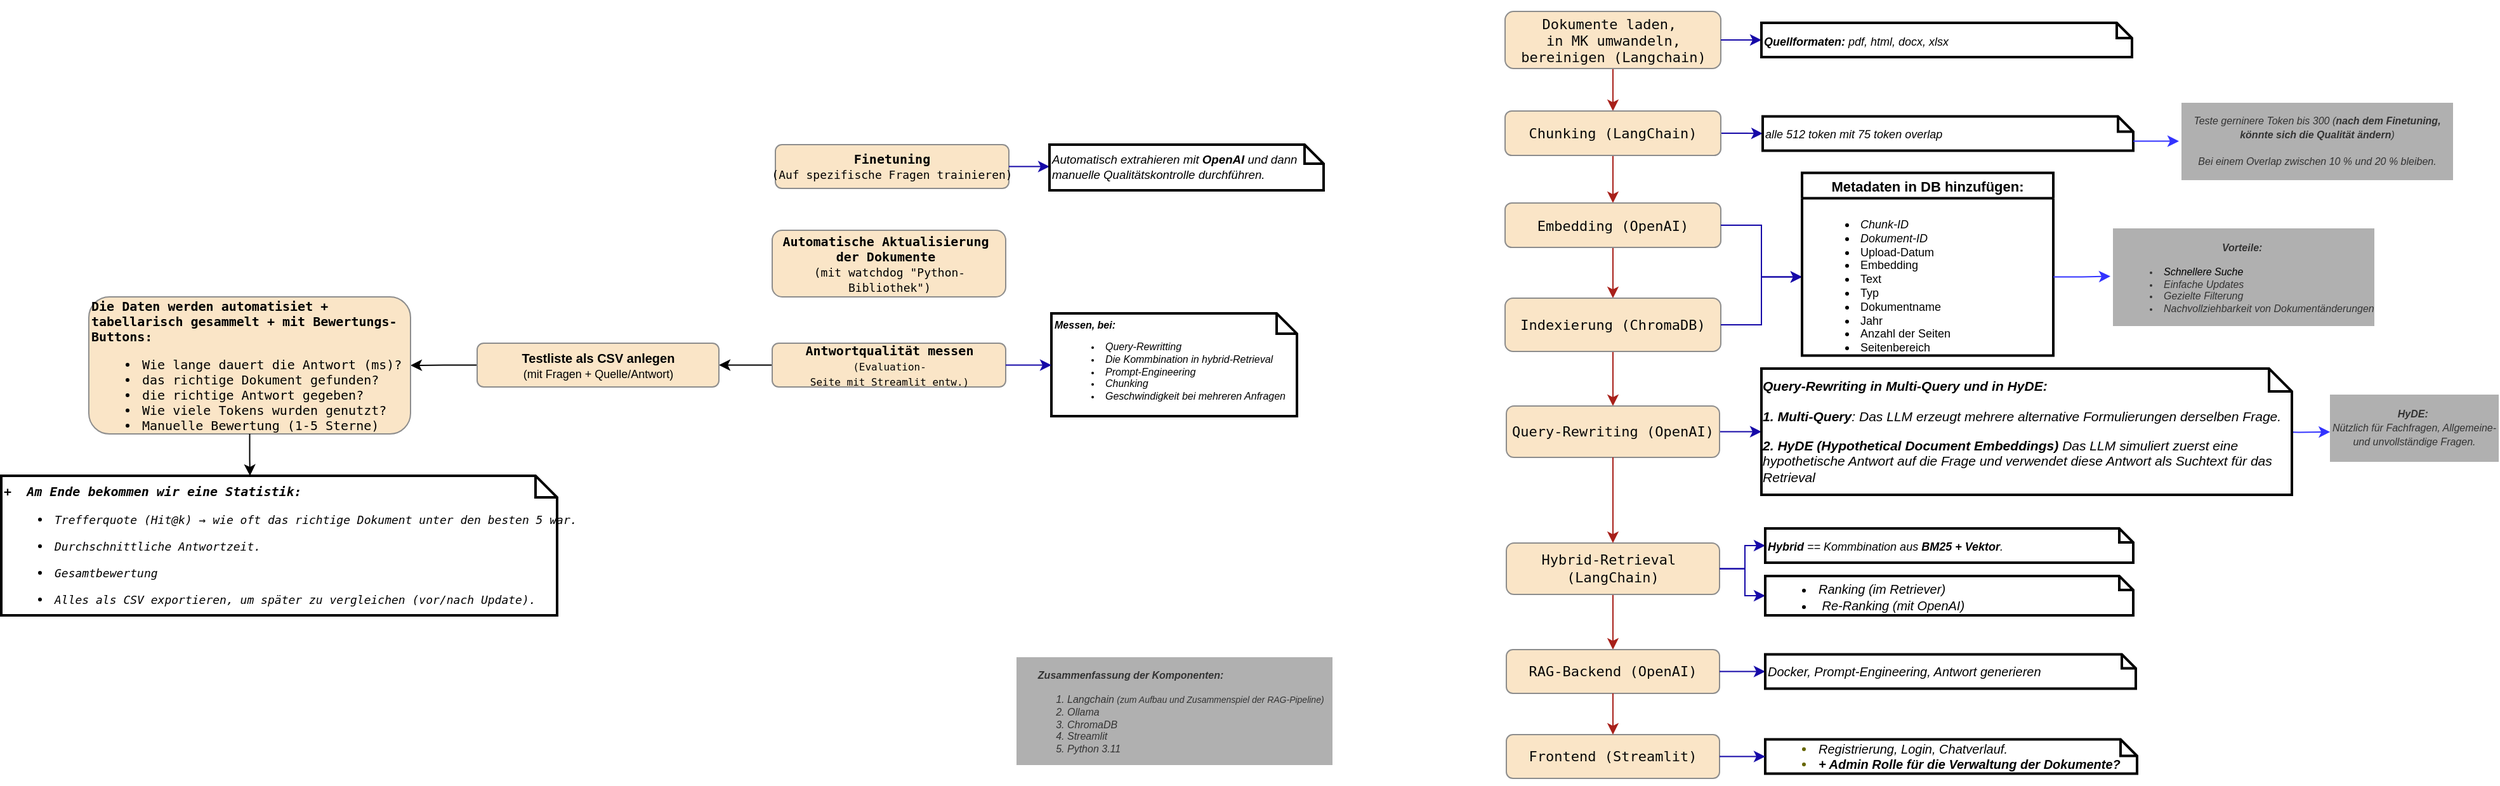
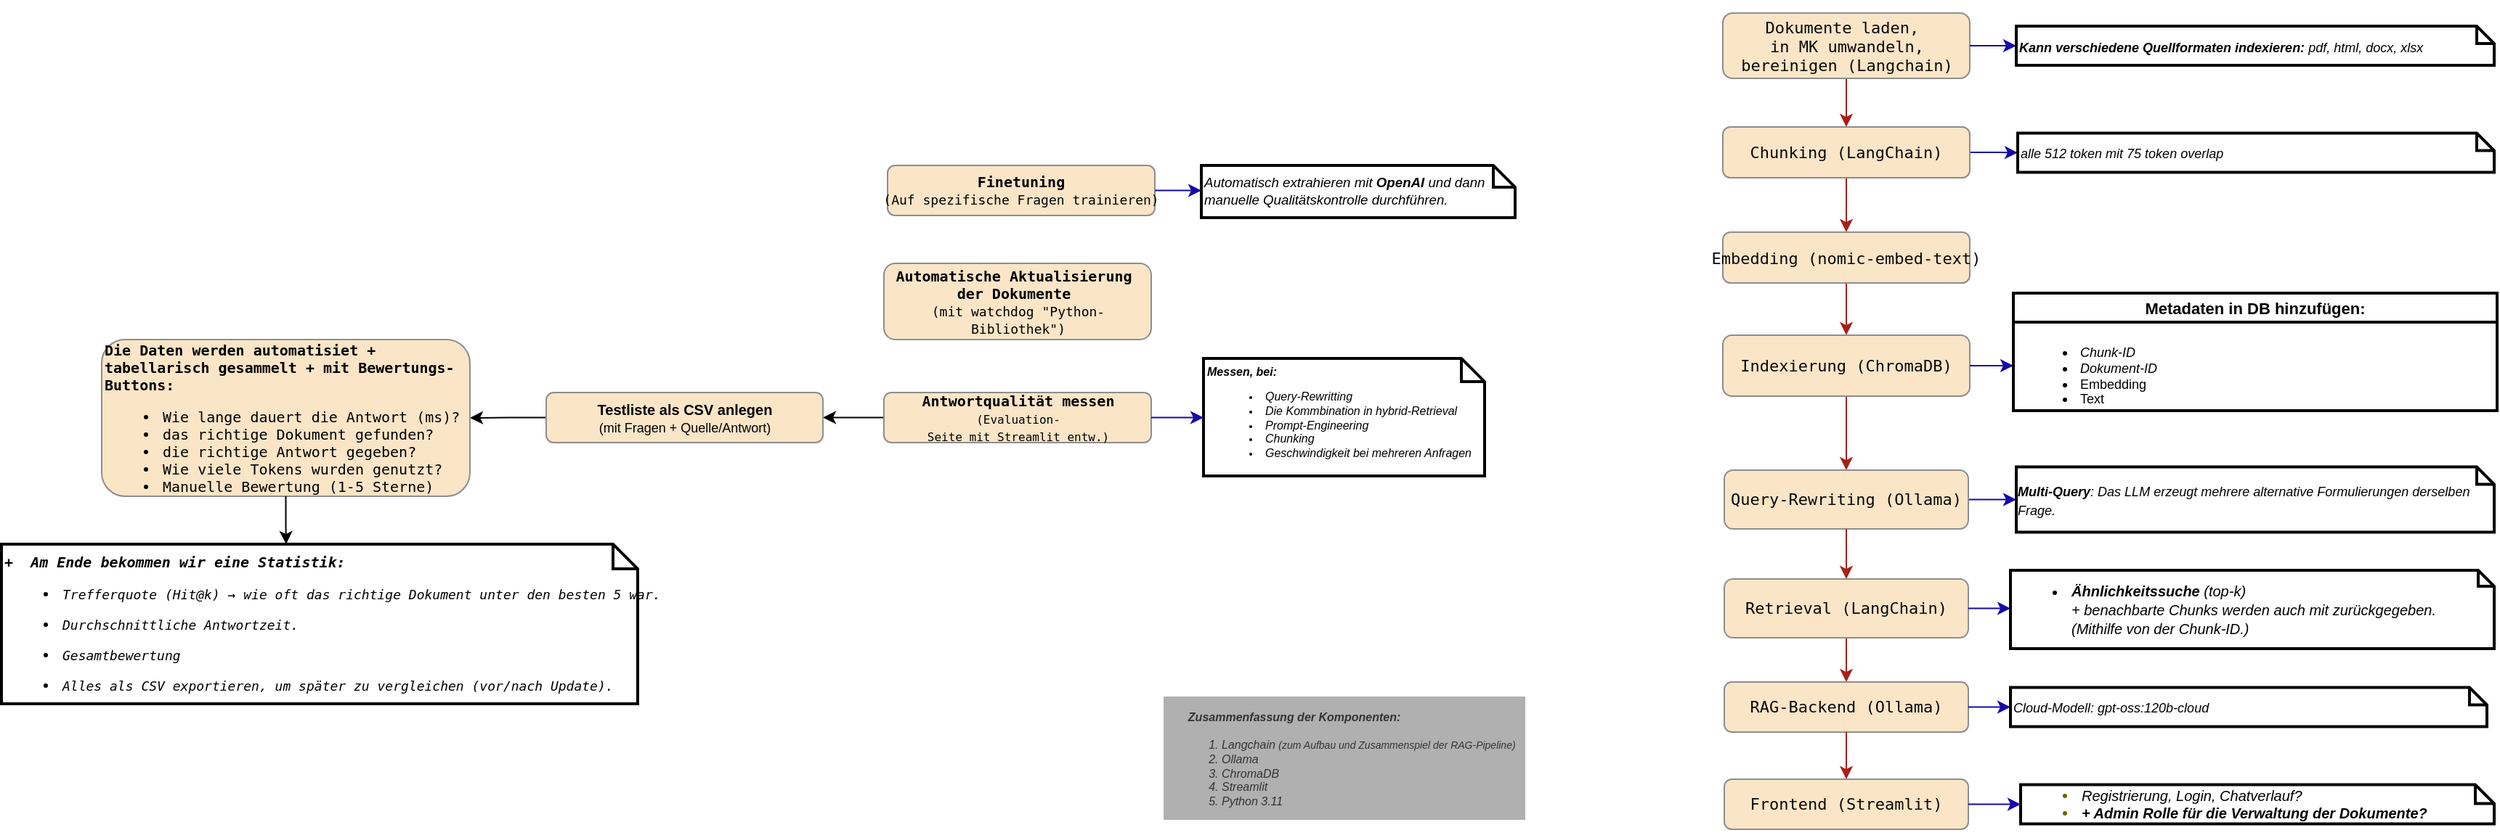
- <mxfile host="Electron" agent="Mozilla/5.0 (Windows NT 10.0; Win64; x64) AppleWebKit/537.36 (KHTML, like Gecko) draw.io/28.2.5 Chrome/138.0.7204.251 Electron/37.6.1 Safari/537.36" version="28.2.5">
+ <mxfile host="Electron" agent="Mozilla/5.0 (Windows NT 10.0; Win64; x64) AppleWebKit/537.36 (KHTML, like Gecko) draw.io/28.2.8 Chrome/140.0.7339.240 Electron/38.4.0 Safari/537.36" version="28.2.8">
  <diagram name="Seite-1" id="Bzmq8vI_scQP_HTdQC11">
-     <mxGraphModel dx="2694" dy="762" grid="1" gridSize="9" guides="1" tooltips="1" connect="1" arrows="1" fold="1" page="0" pageScale="1" pageWidth="1169" pageHeight="827" background="none" math="0" shadow="0">
+     <mxGraphModel dx="2993" dy="914" grid="1" gridSize="9" guides="1" tooltips="1" connect="1" arrows="1" fold="1" page="0" pageScale="1" pageWidth="1169" pageHeight="827" background="none" math="0" shadow="0">
      <root>
        <mxCell id="0" />
        <mxCell id="1" parent="0" />
        <mxCell id="q2eki5oy2yksg2mBVm4o-2" style="edgeStyle=orthogonalEdgeStyle;rounded=0;orthogonalLoop=1;jettySize=auto;html=1;entryX=0.5;entryY=0;entryDx=0;entryDy=0;fontSize=11;labelBackgroundColor=none;strokeColor=#A8201A;fontColor=default;spacing=2;" parent="1" source="5l1JbVXUR7cvx2ajmZ66-1" target="q2eki5oy2yksg2mBVm4o-4" edge="1">
          <mxGeometry relative="1" as="geometry">
            <mxPoint x="435.9999999999998" y="165" as="targetPoint" />
          </mxGeometry>
        </mxCell>
        <mxCell id="5l1JbVXUR7cvx2ajmZ66-1" value="&lt;div style=&quot;color: rgb(8, 8, 8);&quot;&gt;&lt;pre style=&quot;font-family:&#39;JetBrains Mono&#39;,monospace;font-size:9,8pt;&quot;&gt;Dokumente laden, &lt;br/&gt;in MK umwandeln,&lt;br/&gt;bereinigen (Langchain)&lt;/pre&gt;&lt;/div&gt;" style="rounded=1;html=1;fontSize=11;labelBackgroundColor=none;fillColor=#FAE5C7;strokeColor=#8D8D8D;fontColor=#143642;verticalAlign=middle;horizontal=1;spacing=2;fontStyle=0" parent="1" vertex="1">
          <mxGeometry x="351" y="136" width="170" height="45" as="geometry" />
        </mxCell>
        <mxCell id="q2eki5oy2yksg2mBVm4o-10" style="edgeStyle=orthogonalEdgeStyle;rounded=0;orthogonalLoop=1;jettySize=auto;html=1;entryX=0.5;entryY=0;entryDx=0;entryDy=0;fontSize=11;labelBackgroundColor=none;strokeColor=#A8201A;fontColor=default;spacing=2;" parent="1" source="q2eki5oy2yksg2mBVm4o-4" target="q2eki5oy2yksg2mBVm4o-8" edge="1">
          <mxGeometry relative="1" as="geometry" />
        </mxCell>
        <mxCell id="q2eki5oy2yksg2mBVm4o-17" value="" style="edgeStyle=orthogonalEdgeStyle;rounded=0;orthogonalLoop=1;jettySize=auto;html=1;labelBackgroundColor=none;strokeColor=#1609A8;fontColor=default;entryX=0;entryY=0.5;entryDx=0;entryDy=0;entryPerimeter=0;" parent="1" source="q2eki5oy2yksg2mBVm4o-4" target="hZYkuH4JRMosRdhFssDy-4" edge="1">
          <mxGeometry relative="1" as="geometry">
            <mxPoint x="552" y="240.5" as="targetPoint" />
          </mxGeometry>
        </mxCell>
        <mxCell id="q2eki5oy2yksg2mBVm4o-4" value="&lt;div style=&quot;color: rgb(8, 8, 8);&quot;&gt;&lt;pre style=&quot;font-family:&#39;JetBrains Mono&#39;,monospace;font-size:9,8pt;&quot;&gt;&lt;pre style=&quot;font-family:&#39;JetBrains Mono&#39;,monospace;font-size:9,8pt;&quot;&gt;&lt;pre style=&quot;font-family:&#39;JetBrains Mono&#39;,monospace;font-size:9,8pt;&quot;&gt;&lt;span style=&quot;white-space: normal;&quot;&gt;Chunking (&lt;/span&gt;LangChain)&lt;/pre&gt;&lt;/pre&gt;&lt;/pre&gt;&lt;/div&gt;" style="rounded=1;whiteSpace=wrap;html=1;fontSize=11;labelBackgroundColor=none;fillColor=#FAE5C7;strokeColor=#8D8D8D;fontColor=#143642;spacing=2;" parent="1" vertex="1">
          <mxGeometry x="351" y="214.5" width="170" height="35" as="geometry" />
        </mxCell>
        <mxCell id="q2eki5oy2yksg2mBVm4o-7" style="edgeStyle=orthogonalEdgeStyle;rounded=0;orthogonalLoop=1;jettySize=auto;html=1;entryX=0.5;entryY=0;entryDx=0;entryDy=0;fontSize=11;labelBackgroundColor=none;strokeColor=#A8201A;fontColor=default;spacing=2;" parent="1" source="q2eki5oy2yksg2mBVm4o-8" target="q2eki5oy2yksg2mBVm4o-9" edge="1">
          <mxGeometry relative="1" as="geometry" />
        </mxCell>
-         <mxCell id="q2eki5oy2yksg2mBVm4o-8" value="&lt;div style=&quot;color: rgb(8, 8, 8);&quot;&gt;&lt;pre style=&quot;font-family:&#39;JetBrains Mono&#39;,monospace;font-size:9,8pt;&quot;&gt;&lt;pre style=&quot;font-family:&#39;JetBrains Mono&#39;,monospace;font-size:9,8pt;&quot;&gt;&lt;pre style=&quot;font-family:&#39;JetBrains Mono&#39;,monospace;font-size:9,8pt;&quot;&gt;Embedding (OpenAI)&lt;/pre&gt;&lt;/pre&gt;&lt;/pre&gt;&lt;/div&gt;" style="rounded=1;whiteSpace=wrap;html=1;fontSize=11;labelBackgroundColor=none;fillColor=#FAE5C7;strokeColor=#8D8D8D;fontColor=#143642;spacing=2;" parent="1" vertex="1">
+         <mxCell id="q2eki5oy2yksg2mBVm4o-8" value="&lt;div style=&quot;color: rgb(8, 8, 8);&quot;&gt;&lt;pre style=&quot;font-family:&#39;JetBrains Mono&#39;,monospace;font-size:9,8pt;&quot;&gt;&lt;pre style=&quot;font-family:&#39;JetBrains Mono&#39;,monospace;font-size:9,8pt;&quot;&gt;&lt;pre style=&quot;font-family:&#39;JetBrains Mono&#39;,monospace;font-size:9,8pt;&quot;&gt;Embedding (nomic-embed-text)&lt;br&gt;&lt;/pre&gt;&lt;/pre&gt;&lt;/pre&gt;&lt;/div&gt;" style="rounded=1;whiteSpace=wrap;html=1;fontSize=11;labelBackgroundColor=none;fillColor=#FAE5C7;strokeColor=#8D8D8D;fontColor=#143642;spacing=2;" parent="1" vertex="1">
          <mxGeometry x="351" y="287" width="170" height="35" as="geometry" />
        </mxCell>
        <mxCell id="q2eki5oy2yksg2mBVm4o-21" value="" style="edgeStyle=orthogonalEdgeStyle;rounded=0;orthogonalLoop=1;jettySize=auto;html=1;labelBackgroundColor=none;strokeColor=#A8201A;fontColor=default;entryX=0.5;entryY=0;entryDx=0;entryDy=0;spacing=2;" parent="1" source="q2eki5oy2yksg2mBVm4o-9" target="lkH3pXzscA1K-vRgKEuJ-28" edge="1">
          <mxGeometry relative="1" as="geometry" />
        </mxCell>
        <mxCell id="q2eki5oy2yksg2mBVm4o-9" value="&lt;div style=&quot;color: rgb(8, 8, 8);&quot;&gt;&lt;pre style=&quot;font-family:&#39;JetBrains Mono&#39;,monospace;font-size:9,8pt;&quot;&gt;&lt;pre style=&quot;font-family:&#39;JetBrains Mono&#39;,monospace;font-size:9,8pt;&quot;&gt;&lt;pre style=&quot;font-family:&#39;JetBrains Mono&#39;,monospace;font-size:9,8pt;&quot;&gt;&lt;span style=&quot;background-color: transparent; white-space: normal;&quot;&gt;&amp;nbsp;&lt;/span&gt;&lt;span style=&quot;background-color: transparent;&quot;&gt;Indexierung &lt;/span&gt;&lt;span style=&quot;background-color: transparent; white-space: normal;&quot;&gt;(ChromaDB)&amp;nbsp;&lt;/span&gt;&lt;/pre&gt;&lt;/pre&gt;&lt;/pre&gt;&lt;/div&gt;" style="rounded=1;whiteSpace=wrap;html=1;fontSize=11;labelBackgroundColor=none;fillColor=#FAE5C7;strokeColor=#8D8D8D;fontColor=#143642;spacing=2;" parent="1" vertex="1">
-           <mxGeometry x="351" y="362" width="170" height="42" as="geometry" />
+           <mxGeometry x="351" y="358" width="170" height="42" as="geometry" />
        </mxCell>
        <mxCell id="q2eki5oy2yksg2mBVm4o-22" style="edgeStyle=orthogonalEdgeStyle;rounded=0;orthogonalLoop=1;jettySize=auto;html=1;entryX=0;entryY=0.5;entryDx=0;entryDy=0;labelBackgroundColor=none;strokeColor=#1609A8;fontColor=default;exitX=1;exitY=0.5;exitDx=0;exitDy=0;entryPerimeter=0;" parent="1" source="lkH3pXzscA1K-vRgKEuJ-28" target="hZYkuH4JRMosRdhFssDy-8" edge="1">
          <mxGeometry relative="1" as="geometry">
-             <mxPoint x="552" y="467.25" as="targetPoint" />
+             <mxPoint x="552" y="471.25" as="targetPoint" />
            <Array as="points" />
          </mxGeometry>
        </mxCell>
        <mxCell id="q2eki5oy2yksg2mBVm4o-27" style="edgeStyle=orthogonalEdgeStyle;rounded=0;orthogonalLoop=1;jettySize=auto;html=1;entryX=0.5;entryY=0;entryDx=0;entryDy=0;strokeColor=#A8201A;fontColor=#143642;fillColor=#FAE5C7;spacing=2;labelBackgroundColor=none;" parent="1" source="q2eki5oy2yksg2mBVm4o-20" target="q2eki5oy2yksg2mBVm4o-26" edge="1">
          <mxGeometry relative="1" as="geometry" />
        </mxCell>
-         <mxCell id="q2eki5oy2yksg2mBVm4o-20" value="&lt;div style=&quot;color: rgb(8, 8, 8);&quot;&gt;&lt;pre style=&quot;font-family:&#39;JetBrains Mono&#39;,monospace;font-size:9,8pt;&quot;&gt;Hybrid-Retrieval &lt;br&gt;(LangChain)&lt;/pre&gt;&lt;/div&gt;" style="whiteSpace=wrap;html=1;fontSize=11;rounded=1;labelBackgroundColor=none;fillColor=#FAE5C7;strokeColor=#8D8D8D;fontColor=#143642;spacing=2;" parent="1" vertex="1">
-           <mxGeometry x="352" y="555" width="168" height="40.5" as="geometry" />
+         <mxCell id="q2eki5oy2yksg2mBVm4o-20" value="&lt;div style=&quot;color: rgb(8, 8, 8);&quot;&gt;&lt;pre style=&quot;font-family:&#39;JetBrains Mono&#39;,monospace;font-size:9,8pt;&quot;&gt;Retrieval (LangChain)&lt;/pre&gt;&lt;/div&gt;" style="whiteSpace=wrap;html=1;fontSize=11;rounded=1;labelBackgroundColor=none;fillColor=#FAE5C7;strokeColor=#8D8D8D;fontColor=#143642;spacing=2;" parent="1" vertex="1">
+           <mxGeometry x="352" y="526" width="168" height="40.5" as="geometry" />
        </mxCell>
-         <mxCell id="q2eki5oy2yksg2mBVm4o-26" value="&lt;div style=&quot;color: rgb(8, 8, 8);&quot;&gt;&lt;pre style=&quot;font-family:&#39;JetBrains Mono&#39;,monospace;font-size:9,8pt;&quot;&gt;&lt;div&gt;&lt;pre style=&quot;font-family:&#39;JetBrains Mono&#39;,monospace;font-size:9,8pt;&quot;&gt;RAG-Backend (OpenAI)&lt;/pre&gt;&lt;/div&gt;&lt;/pre&gt;&lt;/div&gt;" style="whiteSpace=wrap;html=1;fontSize=11;rounded=1;labelBackgroundColor=none;fillColor=#FAE5C7;strokeColor=#8D8D8D;fontColor=#143642;spacing=2;" parent="1" vertex="1">
-           <mxGeometry x="352" y="639" width="168" height="34.5" as="geometry" />
+         <mxCell id="q2eki5oy2yksg2mBVm4o-26" value="&lt;div style=&quot;color: rgb(8, 8, 8);&quot;&gt;&lt;pre style=&quot;font-family:&#39;JetBrains Mono&#39;,monospace;font-size:9,8pt;&quot;&gt;&lt;div&gt;&lt;pre style=&quot;font-family:&#39;JetBrains Mono&#39;,monospace;font-size:9,8pt;&quot;&gt;RAG-Backend (Ollama)&lt;/pre&gt;&lt;/div&gt;&lt;/pre&gt;&lt;/div&gt;" style="whiteSpace=wrap;html=1;fontSize=11;rounded=1;labelBackgroundColor=none;fillColor=#FAE5C7;strokeColor=#8D8D8D;fontColor=#143642;spacing=2;" parent="1" vertex="1">
+           <mxGeometry x="352" y="597" width="168" height="34.5" as="geometry" />
        </mxCell>
        <mxCell id="q2eki5oy2yksg2mBVm4o-30" value="&lt;div style=&quot;color: rgb(8, 8, 8);&quot;&gt;&lt;pre style=&quot;font-family:&#39;JetBrains Mono&#39;,monospace;font-size:9,8pt;&quot;&gt;&lt;div&gt;&lt;pre style=&quot;font-family:&#39;JetBrains Mono&#39;,monospace;font-size:9,8pt;&quot;&gt;Frontend (Streamlit)&lt;/pre&gt;&lt;/div&gt;&lt;/pre&gt;&lt;/div&gt;" style="whiteSpace=wrap;html=1;fontSize=11;rounded=1;labelBackgroundColor=none;fillColor=#FAE5C7;strokeColor=#8D8D8D;fontColor=#143642;spacing=2;" parent="1" vertex="1">
-           <mxGeometry x="352" y="706" width="168" height="34.5" as="geometry" />
-         </mxCell>
-         <mxCell id="lkH3pXzscA1K-vRgKEuJ-5" value="" style="edgeStyle=orthogonalEdgeStyle;rounded=0;orthogonalLoop=1;jettySize=auto;html=1;entryX=0.016;entryY=0.54;entryDx=0;entryDy=0;strokeColor=#3333FF;fontStyle=2;entryPerimeter=0;" parent="1" target="TpBP_-PsqADAI_yrqdME-62" edge="1">
-           <mxGeometry relative="1" as="geometry">
-             <mxPoint x="953" y="467.16666666666674" as="sourcePoint" />
-             <mxPoint x="998" y="468.25" as="targetPoint" />
-           </mxGeometry>
+           <mxGeometry x="352" y="664" width="168" height="34.5" as="geometry" />
        </mxCell>
        <mxCell id="lkH3pXzscA1K-vRgKEuJ-3" style="edgeStyle=orthogonalEdgeStyle;rounded=0;orthogonalLoop=1;jettySize=auto;html=1;entryX=0.5;entryY=0;entryDx=0;entryDy=0;strokeColor=#A8201A;fontColor=#143642;fillColor=#FAE5C7;exitX=0.5;exitY=1;exitDx=0;exitDy=0;spacing=2;labelBackgroundColor=none;" parent="1" source="q2eki5oy2yksg2mBVm4o-26" target="q2eki5oy2yksg2mBVm4o-30" edge="1">
          <mxGeometry relative="1" as="geometry">
-             <mxPoint x="477" y="688" as="sourcePoint" />
-             <mxPoint x="435" y="660" as="targetPoint" />
+             <mxPoint x="477" y="646" as="sourcePoint" />
+             <mxPoint x="435" y="618" as="targetPoint" />
          </mxGeometry>
        </mxCell>
-         <mxCell id="lkH3pXzscA1K-vRgKEuJ-9" value="" style="edgeStyle=orthogonalEdgeStyle;rounded=0;orthogonalLoop=1;jettySize=auto;html=1;labelBackgroundColor=none;strokeColor=#1609A8;fontColor=default;exitX=1;exitY=0.5;exitDx=0;exitDy=0;entryX=0;entryY=0.5;entryDx=0;entryDy=0;" parent="1" source="q2eki5oy2yksg2mBVm4o-8" target="TpBP_-PsqADAI_yrqdME-51" edge="1">
-           <mxGeometry relative="1" as="geometry">
-             <mxPoint x="554" y="329" as="sourcePoint" />
-             <mxPoint x="572" y="360.5" as="targetPoint" />
-           </mxGeometry>
-         </mxCell>
-         <mxCell id="lkH3pXzscA1K-vRgKEuJ-28" value="&lt;div style=&quot;color: rgb(8, 8, 8);&quot;&gt;&lt;pre style=&quot;&quot;&gt;&lt;font face=&quot;JetBrains Mono, monospace&quot; color=&quot;#080808&quot;&gt;Query-Rewriting &lt;/font&gt;(OpenAI)&lt;/pre&gt;&lt;/div&gt;" style="whiteSpace=wrap;html=1;fontSize=11;rounded=1;labelBackgroundColor=none;fillColor=#FAE5C7;strokeColor=#8D8D8D;fontColor=#143642;spacing=2;" parent="1" vertex="1">
-           <mxGeometry x="352" y="447" width="168" height="40.5" as="geometry" />
+         <mxCell id="lkH3pXzscA1K-vRgKEuJ-28" value="&lt;div style=&quot;color: rgb(8, 8, 8);&quot;&gt;&lt;pre style=&quot;&quot;&gt;&lt;font face=&quot;JetBrains Mono, monospace&quot; color=&quot;#080808&quot;&gt;Query-Rewriting &lt;/font&gt;(Ollama)&lt;br&gt;&lt;/pre&gt;&lt;/div&gt;" style="whiteSpace=wrap;html=1;fontSize=11;rounded=1;labelBackgroundColor=none;fillColor=#FAE5C7;strokeColor=#8D8D8D;fontColor=#143642;spacing=2;" parent="1" vertex="1">
+           <mxGeometry x="352" y="451" width="168" height="40.5" as="geometry" />
        </mxCell>
        <mxCell id="lkH3pXzscA1K-vRgKEuJ-30" value="" style="edgeStyle=orthogonalEdgeStyle;rounded=0;orthogonalLoop=1;jettySize=auto;html=1;labelBackgroundColor=none;strokeColor=#A8201A;fontColor=default;entryX=0.5;entryY=0;entryDx=0;entryDy=0;exitX=0.5;exitY=1;exitDx=0;exitDy=0;spacing=2;" parent="1" source="lkH3pXzscA1K-vRgKEuJ-28" target="q2eki5oy2yksg2mBVm4o-20" edge="1">
          <mxGeometry relative="1" as="geometry">
-             <mxPoint x="267" y="477" as="sourcePoint" />
-             <mxPoint x="442" y="492" as="targetPoint" />
-           </mxGeometry>
-         </mxCell>
-         <mxCell id="lkH3pXzscA1K-vRgKEuJ-32" value="" style="edgeStyle=orthogonalEdgeStyle;rounded=0;orthogonalLoop=1;jettySize=auto;html=1;labelBackgroundColor=none;strokeColor=#1609A8;fontColor=default;exitX=1;exitY=0.5;exitDx=0;exitDy=0;entryX=0;entryY=0.5;entryDx=0;entryDy=0;entryPerimeter=0;" parent="1" source="q2eki5oy2yksg2mBVm4o-20" target="hZYkuH4JRMosRdhFssDy-7" edge="1">
-           <mxGeometry relative="1" as="geometry">
-             <mxPoint x="552" y="532.25" as="sourcePoint" />
-             <mxPoint x="552" y="536.25" as="targetPoint" />
+             <mxPoint x="267" y="481" as="sourcePoint" />
+             <mxPoint x="442" y="496" as="targetPoint" />
          </mxGeometry>
        </mxCell>
        <mxCell id="lkH3pXzscA1K-vRgKEuJ-35" value="&lt;pre style=&quot;font-family:&#39;JetBrains Mono&#39;,monospace;font-size:9,8pt;&quot;&gt;&lt;pre style=&quot;font-family:&#39;JetBrains Mono&#39;,monospace;font-size:9,8pt;&quot;&gt;&lt;b&gt;Finetuning&lt;/b&gt;&lt;br&gt;&lt;font style=&quot;font-size: 9px;&quot;&gt;(Auf spezifische Fragen trainieren)&lt;/font&gt;&lt;/pre&gt;&lt;/pre&gt;" style="whiteSpace=wrap;html=1;fontSize=10;rounded=1;labelBackgroundColor=none;fillColor=#FAE5C7;strokeColor=#8D8D8D;fontColor=default;spacing=2;labelBorderColor=none;textShadow=0;fontStyle=0" parent="1" vertex="1">
          <mxGeometry x="-224" y="241" width="184" height="34.5" as="geometry" />
        </mxCell>
        <mxCell id="lkH3pXzscA1K-vRgKEuJ-36" value="" style="edgeStyle=orthogonalEdgeStyle;rounded=0;orthogonalLoop=1;jettySize=auto;html=1;labelBackgroundColor=none;strokeColor=#1609A8;fontColor=default;exitX=1;exitY=0.5;exitDx=0;exitDy=0;entryX=0;entryY=0.5;entryDx=0;entryDy=0;entryPerimeter=0;" parent="1" source="lkH3pXzscA1K-vRgKEuJ-35" target="hZYkuH4JRMosRdhFssDy-9" edge="1">
          <mxGeometry relative="1" as="geometry">
            <mxPoint x="154" y="245.5" as="sourcePoint" />
            <mxPoint x="-9" y="258.25" as="targetPoint" />
          </mxGeometry>
        </mxCell>
        <mxCell id="lkH3pXzscA1K-vRgKEuJ-39" value="&lt;pre style=&quot;font-family:&#39;JetBrains Mono&#39;,monospace;font-size:9,8pt;&quot;&gt;&lt;pre style=&quot;font-family:&#39;JetBrains Mono&#39;,monospace;font-size:9,8pt;&quot;&gt;&lt;b&gt;Automatische Aktualisierung &lt;br&gt;der Dokumente &lt;/b&gt;&lt;br&gt;&lt;font style=&quot;font-size: 9px;&quot;&gt;(mit &lt;code style=&quot;background-color: transparent; color: light-dark(rgb(0, 0, 0), rgb(255, 255, 255)); white-space: normal;&quot; data-end=&quot;168&quot; data-start=&quot;158&quot;&gt;watchdog&lt;/code&gt;&lt;span style=&quot;background-color: transparent; color: light-dark(rgb(0, 0, 0), rgb(255, 255, 255)); white-space: normal;&quot;&gt;&amp;nbsp;&quot;Python-Bibliothek&quot;&lt;/span&gt;)&lt;/font&gt;&lt;/pre&gt;&lt;/pre&gt;" style="whiteSpace=wrap;html=1;fontSize=10;rounded=1;labelBackgroundColor=none;fillColor=#FAE5C7;strokeColor=#8D8D8D;fontColor=default;spacing=2;labelBorderColor=none;textShadow=0;fontStyle=0" parent="1" vertex="1">
          <mxGeometry x="-226.5" y="308.5" width="184" height="52.5" as="geometry" />
        </mxCell>
        <mxCell id="hZYkuH4JRMosRdhFssDy-13" value="" style="edgeStyle=orthogonalEdgeStyle;rounded=0;orthogonalLoop=1;jettySize=auto;html=1;entryX=1;entryY=0.5;entryDx=0;entryDy=0;fontColor=#3333FF;fontSize=10;fontStyle=0" parent="1" source="lkH3pXzscA1K-vRgKEuJ-44" target="hZYkuH4JRMosRdhFssDy-14" edge="1">
          <mxGeometry relative="1" as="geometry">
            <mxPoint x="-269.5" y="414.77586206896547" as="targetPoint" />
          </mxGeometry>
        </mxCell>
        <mxCell id="lkH3pXzscA1K-vRgKEuJ-44" value="&lt;div&gt;&lt;pre&gt;&lt;pre&gt;&lt;span style=&quot;font-family: &amp;quot;JetBrains Mono&amp;quot;, monospace; background-color: transparent; color: light-dark(rgb(0, 0, 0), rgb(255, 255, 255)); white-space: normal;&quot;&gt;&lt;b&gt;Antwortqualität messen&lt;br&gt;&lt;/b&gt;&lt;font style=&quot;font-size: 8px;&quot;&gt;(&lt;/font&gt;&lt;/span&gt;&lt;font style=&quot;font-size: 8px;&quot;&gt;&lt;font face=&quot;JetBrains Mono, monospace&quot; style=&quot;&quot;&gt;&lt;span style=&quot;white-space: normal;&quot;&gt;Evaluation-Seite&amp;nbsp;&lt;/span&gt;&lt;/font&gt;&lt;span style=&quot;font-family: &amp;quot;JetBrains Mono&amp;quot;, monospace;&quot;&gt;mit Streamlit entw.)&lt;/span&gt;&lt;/font&gt;&lt;/pre&gt;&lt;/pre&gt;&lt;/div&gt;" style="whiteSpace=wrap;html=1;fontSize=10;rounded=1;labelBackgroundColor=none;fillColor=#FAE5C7;strokeColor=#8D8D8D;fontColor=default;spacing=2;labelBorderColor=none;textShadow=0;fontStyle=0" parent="1" vertex="1">
          <mxGeometry x="-226.5" y="397.5" width="184" height="34.5" as="geometry" />
        </mxCell>
        <mxCell id="hZYkuH4JRMosRdhFssDy-4" value="&lt;span style=&quot;color: rgb(0, 0, 0);&quot;&gt;&lt;font style=&quot;font-size: 9px;&quot;&gt;alle 512 token mit 75 token overlap&lt;/font&gt;&lt;/span&gt;" style="shape=note;strokeWidth=2;fontSize=10;size=12;whiteSpace=wrap;html=1;fillColor=default;strokeColor=light-dark(#000000, #6d5100);fontColor=#666600;align=left;fontStyle=2" parent="1" vertex="1">
-           <mxGeometry x="554" y="218.75" width="292" height="27" as="geometry" />
+           <mxGeometry x="554" y="218.75" width="328" height="27" as="geometry" />
        </mxCell>
-         <mxCell id="hZYkuH4JRMosRdhFssDy-7" value="&lt;h3 data-start=&quot;1829&quot; data-end=&quot;1876&quot; style=&quot;color: rgb(0, 0, 0);&quot;&gt;&lt;font style=&quot;font-size: 9px;&quot;&gt;&lt;span style=&quot;background-color: transparent;&quot;&gt;Hybrid &lt;/span&gt;&lt;span style=&quot;background-color: transparent; font-weight: 400;&quot;&gt;== Kommbination aus&amp;nbsp;&lt;/span&gt;&lt;span style=&quot;background-color: transparent;&quot;&gt;BM25 + Vektor&lt;span style=&quot;font-weight: 400;&quot;&gt;.&lt;/span&gt;&lt;/span&gt;&lt;/font&gt;&lt;/h3&gt;" style="shape=note;strokeWidth=2;fontSize=9;size=11;whiteSpace=wrap;html=1;fillColor=default;strokeColor=#000000;fontColor=#666600;align=left;fontStyle=2" parent="1" vertex="1">
-           <mxGeometry x="556" y="543.5" width="290" height="27" as="geometry" />
-         </mxCell>
-         <mxCell id="hZYkuH4JRMosRdhFssDy-8" value="&lt;h3 style=&quot;color: rgb(0, 0, 0); text-align: left;&quot; data-start=&quot;999&quot; data-end=&quot;1043&quot;&gt;&lt;font style=&quot;background-color: transparent;&quot;&gt;&lt;font&gt;Query-Rewriting in Multi-Query und in HyDE:&lt;/font&gt;&lt;/font&gt;&lt;/h3&gt;&lt;h3 style=&quot;color: rgb(0, 0, 0); text-align: left;&quot; data-start=&quot;999&quot; data-end=&quot;1043&quot;&gt;&lt;font style=&quot;background-color: transparent; color: light-dark(rgb(0, 0, 0), rgb(255, 255, 255));&quot;&gt;1. Multi-Query&lt;/font&gt;&lt;font style=&quot;background-color: transparent; color: light-dark(rgb(0, 0, 0), rgb(255, 255, 255)); font-weight: normal;&quot;&gt;:&lt;/font&gt;&lt;font style=&quot;background-color: transparent; color: light-dark(rgb(0, 0, 0), rgb(255, 255, 255)); font-weight: normal;&quot;&gt;&amp;nbsp;&lt;/font&gt;&lt;span style=&quot;background-color: transparent; color: light-dark(rgb(0, 0, 0), rgb(255, 255, 255)); font-weight: normal;&quot;&gt;Das LLM&amp;nbsp;&lt;/span&gt;&lt;span style=&quot;background-color: transparent; color: light-dark(rgb(0, 0, 0), rgb(255, 255, 255)); font-weight: normal;&quot;&gt;&lt;span style=&quot;background-color: transparent; color: light-dark(rgb(0, 0, 0), rgb(255, 255, 255));&quot;&gt;erzeugt mehrere&amp;nbsp;&lt;/span&gt;&lt;span style=&quot;background-color: transparent; color: light-dark(rgb(0, 0, 0), rgb(255, 255, 255));&quot; data-start=&quot;1094&quot; data-end=&quot;1124&quot;&gt;alternative Formulierungen&lt;/span&gt;&lt;span style=&quot;background-color: transparent; color: light-dark(rgb(0, 0, 0), rgb(255, 255, 255));&quot;&gt;&amp;nbsp;derselben Frage.&lt;/span&gt;&lt;/span&gt;&lt;/h3&gt;&lt;h3 style=&quot;color: rgb(0, 0, 0); text-align: left;&quot; data-start=&quot;1829&quot; data-end=&quot;1876&quot;&gt;2. HyDE (Hypothetical Document Embeddings)&lt;span style=&quot;font-weight: normal;&quot;&gt;&amp;nbsp;&lt;/span&gt;&lt;span style=&quot;font-weight: normal;&quot;&gt;&lt;span style=&quot;background-color: transparent; color: light-dark(rgb(0, 0, 0), rgb(255, 255, 255));&quot;&gt;Das LLM&amp;nbsp;&lt;/span&gt;&lt;span style=&quot;background-color: transparent; color: light-dark(rgb(0, 0, 0), rgb(255, 255, 255));&quot; data-start=&quot;1886&quot; data-end=&quot;1933&quot;&gt;simuliert zuerst eine hypothetische Antwort&lt;/span&gt;&lt;span style=&quot;background-color: transparent; color: light-dark(rgb(0, 0, 0), rgb(255, 255, 255));&quot;&gt;&amp;nbsp;auf die Frage&amp;nbsp;&lt;/span&gt;&lt;span style=&quot;background-color: transparent; color: light-dark(rgb(0, 0, 0), rgb(255, 255, 255));&quot;&gt;und&amp;nbsp;&lt;/span&gt;&lt;span style=&quot;background-color: transparent; color: light-dark(rgb(0, 0, 0), rgb(255, 255, 255));&quot; data-start=&quot;1954&quot; data-end=&quot;1981&quot;&gt;verwendet diese Antwort&lt;/span&gt;&lt;span style=&quot;background-color: transparent; color: light-dark(rgb(0, 0, 0), rgb(255, 255, 255));&quot;&gt;&amp;nbsp;als Suchtext für das Retrieval&amp;nbsp;&lt;/span&gt;&lt;/span&gt;&lt;/h3&gt;" style="shape=note;strokeWidth=2;fontSize=9;size=18;whiteSpace=wrap;html=1;fillColor=default;strokeColor=#000000;fontColor=#666600;fontStyle=2" parent="1" vertex="1">
-           <mxGeometry x="553" y="417.5" width="418" height="99.5" as="geometry" />
+         <mxCell id="hZYkuH4JRMosRdhFssDy-8" value="&lt;h3 style=&quot;color: rgb(0, 0, 0); text-align: left;&quot; data-start=&quot;999&quot; data-end=&quot;1043&quot;&gt;&lt;font style=&quot;color: light-dark(rgb(0, 0, 0), rgb(255, 255, 255)); background-color: transparent; font-size: 9px;&quot;&gt;Multi-Query&lt;/font&gt;&lt;font style=&quot;color: light-dark(rgb(0, 0, 0), rgb(255, 255, 255)); background-color: transparent; font-size: 9px; font-weight: normal;&quot;&gt;:&lt;/font&gt;&lt;font style=&quot;color: light-dark(rgb(0, 0, 0), rgb(255, 255, 255)); background-color: transparent; font-size: 9px; font-weight: normal;&quot;&gt;&amp;nbsp;&lt;/font&gt;&lt;span style=&quot;color: light-dark(rgb(0, 0, 0), rgb(255, 255, 255)); background-color: transparent; font-size: 9px; font-weight: normal;&quot;&gt;Das LLM&amp;nbsp;&lt;/span&gt;&lt;span style=&quot;color: light-dark(rgb(0, 0, 0), rgb(255, 255, 255)); background-color: transparent; font-size: 9px; font-weight: normal;&quot;&gt;&lt;span style=&quot;background-color: transparent; color: light-dark(rgb(0, 0, 0), rgb(255, 255, 255));&quot;&gt;erzeugt mehrere&amp;nbsp;&lt;/span&gt;&lt;span style=&quot;background-color: transparent; color: light-dark(rgb(0, 0, 0), rgb(255, 255, 255));&quot; data-start=&quot;1094&quot; data-end=&quot;1124&quot;&gt;alternative Formulierungen&lt;/span&gt;&lt;span style=&quot;background-color: transparent; color: light-dark(rgb(0, 0, 0), rgb(255, 255, 255));&quot;&gt;&amp;nbsp;derselben Frage.&lt;/span&gt;&lt;/span&gt;&lt;/h3&gt;" style="shape=note;strokeWidth=2;fontSize=9;size=12;whiteSpace=wrap;html=1;fillColor=default;strokeColor=#000000;fontColor=#666600;fontStyle=2" parent="1" vertex="1">
+           <mxGeometry x="553" y="448.75" width="329" height="45" as="geometry" />
        </mxCell>
        <mxCell id="hZYkuH4JRMosRdhFssDy-9" value="&lt;h3 style=&quot;color: rgb(0, 0, 0);&quot; data-start=&quot;1829&quot; data-end=&quot;1876&quot;&gt;&lt;span style=&quot;font-weight: normal; background-color: transparent; color: light-dark(rgb(0, 0, 0), rgb(255, 255, 255));&quot;&gt;Automatisch extrahieren mit &lt;/span&gt;&lt;span style=&quot;background-color: transparent; color: light-dark(rgb(0, 0, 0), rgb(255, 255, 255));&quot;&gt;OpenAI &lt;/span&gt;&lt;span style=&quot;font-weight: normal; background-color: transparent; color: light-dark(rgb(0, 0, 0), rgb(255, 255, 255));&quot;&gt;und dann&amp;nbsp; m&lt;/span&gt;&lt;span style=&quot;background-color: transparent; color: light-dark(rgb(0, 0, 0), rgb(255, 255, 255)); font-weight: normal;&quot;&gt;anuelle Qualitätskontrolle durchführen.&lt;br&gt;&lt;/span&gt;&lt;/h3&gt;" style="shape=note;strokeWidth=2;fontSize=8;size=15;whiteSpace=wrap;html=1;fillColor=default;strokeColor=#000000;fontColor=#666600;align=left;fontStyle=2" parent="1" vertex="1">
          <mxGeometry x="-8" y="241" width="216" height="36" as="geometry" />
        </mxCell>
        <mxCell id="hZYkuH4JRMosRdhFssDy-16" style="edgeStyle=orthogonalEdgeStyle;rounded=0;orthogonalLoop=1;jettySize=auto;html=1;entryX=1;entryY=0.5;entryDx=0;entryDy=0;fontSize=10;fontStyle=0" parent="1" source="hZYkuH4JRMosRdhFssDy-14" target="hZYkuH4JRMosRdhFssDy-15" edge="1">
          <mxGeometry relative="1" as="geometry" />
        </mxCell>
        <mxCell id="hZYkuH4JRMosRdhFssDy-14" value="&lt;pre style=&quot;font-family: &amp;quot;JetBrains Mono&amp;quot;, monospace;&quot;&gt;&lt;b&gt;&lt;span style=&quot;font-family: Helvetica; white-space: normal;&quot;&gt;Testliste als CSV anlegen&lt;/span&gt;&lt;br style=&quot;font-family: Helvetica; white-space: normal;&quot;&gt;&lt;/b&gt;&lt;span style=&quot;font-family: Helvetica; white-space: normal;&quot;&gt;&lt;font style=&quot;font-size: 9px;&quot;&gt;(mit Fragen + Quelle/Antwort)&lt;/font&gt;&lt;/span&gt;&lt;/pre&gt;" style="whiteSpace=wrap;html=1;fontSize=10;rounded=1;labelBackgroundColor=none;fillColor=#FAE5C7;strokeColor=#8D8D8D;fontColor=default;spacing=2;labelBorderColor=none;textShadow=0;fontStyle=0" parent="1" vertex="1">
          <mxGeometry x="-459" y="397.5" width="190.5" height="34.5" as="geometry" />
        </mxCell>
        <mxCell id="hZYkuH4JRMosRdhFssDy-15" value="&lt;pre&gt;&lt;pre&gt;&lt;div style=&quot;&quot;&gt;&lt;font face=&quot;JetBrains Mono, monospace&quot;&gt;&lt;span style=&quot;white-space: normal;&quot;&gt;&lt;b style=&quot;&quot;&gt;Die Daten werden automatisiet + tabellarisch gesammelt + mit Bewertungs-Buttons:&lt;/b&gt;&lt;/span&gt;&lt;/font&gt;&lt;/div&gt;&lt;ul&gt;&lt;li style=&quot;font-family: &amp;quot;JetBrains Mono&amp;quot;, monospace;&quot;&gt;&lt;font&gt;Wie lange dauert die Antwort (ms)? &lt;/font&gt;&lt;/li&gt;&lt;li&gt;&lt;span style=&quot;background-color: transparent;&quot;&gt;&lt;font&gt;&lt;font face=&quot;JetBrains Mono, monospace&quot;&gt;&lt;span style=&quot;white-space: normal;&quot;&gt;das richtige Dokument gefunden?&lt;/span&gt;&lt;/font&gt;&lt;font color=&quot;rgba(0, 0, 0, 0)&quot; face=&quot;JetBrains Mono, monospace&quot;&gt;&lt;span style=&quot;white-space: normal;&quot;&gt;&lt;/span&gt;&lt;/font&gt;&lt;/font&gt;&lt;/span&gt;&lt;/li&gt;&lt;li style=&quot;font-family: &amp;quot;JetBrains Mono&amp;quot;, monospace;&quot;&gt;&lt;span style=&quot;background-color: transparent; color: light-dark(rgb(0, 0, 0), rgb(255, 255, 255)); white-space: normal;&quot;&gt;&lt;font&gt;die richtige Antwort gegeben?&amp;nbsp;&lt;/font&gt;&lt;/span&gt;&lt;/li&gt;&lt;li style=&quot;font-family: &amp;quot;JetBrains Mono&amp;quot;, monospace;&quot;&gt;&lt;font&gt;Wie viele Tokens wurden genutzt?&lt;/font&gt;&lt;br&gt;&lt;/li&gt;&lt;li style=&quot;&quot;&gt;&lt;font style=&quot;&quot;&gt;&lt;font face=&quot;JetBrains Mono, monospace&quot;&gt;Manuelle Bewertung (1-5 Sterne)&lt;/font&gt;&lt;/font&gt;&lt;/li&gt;&lt;/ul&gt;&lt;/pre&gt;&lt;/pre&gt;" style="whiteSpace=wrap;html=1;fontSize=10;rounded=1;labelBackgroundColor=none;fillColor=#FAE5C7;strokeColor=#8D8D8D;fontColor=default;spacing=2;labelBorderColor=none;textShadow=0;fontStyle=0;align=left;" parent="1" vertex="1">
          <mxGeometry x="-765" y="361" width="253.5" height="108" as="geometry" />
        </mxCell>
-         <mxCell id="hZYkuH4JRMosRdhFssDy-30" value="" style="edgeStyle=orthogonalEdgeStyle;rounded=0;orthogonalLoop=1;jettySize=auto;html=1;labelBackgroundColor=none;strokeColor=#1609A8;fontColor=default;entryX=0;entryY=0.5;entryDx=0;entryDy=0;entryPerimeter=0;exitX=1;exitY=0.5;exitDx=0;exitDy=0;" parent="1" source="q2eki5oy2yksg2mBVm4o-26" target="hZYkuH4JRMosRdhFssDy-31" edge="1">
-           <mxGeometry relative="1" as="geometry">
-             <mxPoint x="553" y="659.5" as="sourcePoint" />
-             <mxPoint x="584" y="660" as="targetPoint" />
-           </mxGeometry>
-         </mxCell>
-         <mxCell id="hZYkuH4JRMosRdhFssDy-31" value="&lt;span style=&quot;color: rgb(0, 0, 0);&quot;&gt;Docker, Prompt-Engineering, Antwort generieren&lt;/span&gt;" style="shape=note;strokeWidth=2;fontSize=10;size=11;whiteSpace=wrap;html=1;fillColor=default;strokeColor=light-dark(#000000, #6d5100);fontColor=#666600;align=left;fontStyle=2" parent="1" vertex="1">
-           <mxGeometry x="556" y="642.75" width="292" height="27" as="geometry" />
-         </mxCell>
-         <mxCell id="hZYkuH4JRMosRdhFssDy-32" value="&lt;ul&gt;&lt;li&gt;&lt;span style=&quot;color: rgb(0, 0, 0);&quot;&gt;Registrierung, Login, Chatverlauf.&lt;/span&gt;&lt;/li&gt;&lt;li&gt;&lt;span style=&quot;color: rgb(0, 0, 0);&quot;&gt;&lt;span&gt;&lt;b&gt;+ Admin Rolle für die Verwaltung der Dokumente?&lt;/b&gt;&lt;/span&gt;&lt;/span&gt;&lt;/li&gt;&lt;/ul&gt;" style="shape=note;strokeWidth=2;fontSize=10;size=13;whiteSpace=wrap;html=1;fillColor=default;strokeColor=light-dark(#000000, #6d5100);fontColor=#666600;align=left;fontStyle=2" parent="1" vertex="1">
-           <mxGeometry x="556" y="709.75" width="293" height="27" as="geometry" />
+         <mxCell id="hZYkuH4JRMosRdhFssDy-32" value="&lt;ul&gt;&lt;li&gt;&lt;span style=&quot;color: rgb(0, 0, 0);&quot;&gt;Registrierung, Login, Chatverlauf?&lt;/span&gt;&lt;/li&gt;&lt;li&gt;&lt;span style=&quot;color: rgb(0, 0, 0);&quot;&gt;&lt;span&gt;&lt;b&gt;+ Admin Rolle für die Verwaltung der Dokumente?&lt;/b&gt;&lt;/span&gt;&lt;/span&gt;&lt;/li&gt;&lt;/ul&gt;" style="shape=note;strokeWidth=2;fontSize=10;size=13;whiteSpace=wrap;html=1;fillColor=default;strokeColor=light-dark(#000000, #6d5100);fontColor=#666600;align=left;fontStyle=2" parent="1" vertex="1">
+           <mxGeometry x="556" y="667.75" width="326" height="27" as="geometry" />
        </mxCell>
        <mxCell id="hZYkuH4JRMosRdhFssDy-33" value="" style="edgeStyle=orthogonalEdgeStyle;rounded=0;orthogonalLoop=1;jettySize=auto;html=1;labelBackgroundColor=none;strokeColor=#1609A8;fontColor=default;entryX=0;entryY=0.5;entryDx=0;entryDy=0;entryPerimeter=0;exitX=1;exitY=0.5;exitDx=0;exitDy=0;" parent="1" source="q2eki5oy2yksg2mBVm4o-30" target="hZYkuH4JRMosRdhFssDy-32" edge="1">
          <mxGeometry relative="1" as="geometry">
-             <mxPoint x="531" y="629" as="sourcePoint" />
-             <mxPoint x="565" y="629" as="targetPoint" />
+             <mxPoint x="531" y="587" as="sourcePoint" />
+             <mxPoint x="565" y="587" as="targetPoint" />
          </mxGeometry>
        </mxCell>
        <mxCell id="hZYkuH4JRMosRdhFssDy-35" value="&lt;div&gt;&lt;div&gt;&lt;b&gt;Messen, bei:&lt;/b&gt;&lt;/div&gt;&lt;ul&gt;&lt;li&gt;&lt;span style=&quot;font-weight: 400;&quot;&gt;Query-Rewritting&lt;/span&gt;&lt;/li&gt;&lt;li&gt;&lt;span style=&quot;font-weight: 400;&quot;&gt;Die Kommbination in hybrid-Retrieval&lt;br&gt;&lt;/span&gt;&lt;/li&gt;&lt;li&gt;&lt;span style=&quot;font-weight: 400;&quot;&gt;Prompt-Engineering&lt;/span&gt;&lt;/li&gt;&lt;li&gt;&lt;span style=&quot;font-weight: 400;&quot;&gt;Chunking&lt;/span&gt;&lt;/li&gt;&lt;li&gt;&lt;span style=&quot;font-weight: 400;&quot;&gt;Geschwindigkeit bei mehreren Anfragen&lt;/span&gt;&lt;/li&gt;&lt;/ul&gt;&lt;/div&gt;" style="shape=note;strokeWidth=2;fontSize=8;size=16;whiteSpace=wrap;html=1;fillColor=default;strokeColor=#000000;fontColor=#000000;align=left;fontStyle=2" parent="1" vertex="1">
          <mxGeometry x="-6.5" y="374" width="193.5" height="81" as="geometry" />
        </mxCell>
        <mxCell id="hZYkuH4JRMosRdhFssDy-36" value="" style="edgeStyle=orthogonalEdgeStyle;rounded=0;orthogonalLoop=1;jettySize=auto;html=1;labelBackgroundColor=none;strokeColor=#1609A8;fontColor=default;exitX=1;exitY=0.5;exitDx=0;exitDy=0;entryX=0;entryY=0.5;entryDx=0;entryDy=0;entryPerimeter=0;" parent="1" source="lkH3pXzscA1K-vRgKEuJ-44" target="hZYkuH4JRMosRdhFssDy-35" edge="1">
          <mxGeometry relative="1" as="geometry">
            <mxPoint y="297" as="sourcePoint" />
            <mxPoint x="31" y="297" as="targetPoint" />
          </mxGeometry>
        </mxCell>
        <mxCell id="-trhccjvyGt5RN7AMBMY-1" value="&lt;h3 data-end=&quot;1876&quot; data-start=&quot;1829&quot;&gt;&lt;span style=&quot;font-family: &amp;quot;JetBrains Mono&amp;quot;, monospace; white-space: pre; background-color: transparent;&quot;&gt;&lt;font style=&quot;font-size: 10px;&quot;&gt;+  &lt;span style=&quot;background-color: transparent;&quot; data-end=&quot;1040&quot; data-start=&quot;1005&quot;&gt;Am Ende bekommen wir eine Statistik:&lt;/span&gt;&lt;/font&gt;&lt;/span&gt;&lt;ul style=&quot;font-family: &amp;quot;JetBrains Mono&amp;quot;, monospace; white-space: pre;&quot; data-end=&quot;1296&quot; data-start=&quot;1044&quot;&gt;&lt;li data-end=&quot;1128&quot; data-start=&quot;1044&quot;&gt;&lt;p data-end=&quot;1128&quot; data-start=&quot;1046&quot;&gt;&lt;span style=&quot;font-weight: normal;&quot;&gt;&lt;font style=&quot;font-size: 9px;&quot;&gt;&lt;span style=&quot;&quot; data-end=&quot;1070&quot; data-start=&quot;1046&quot;&gt;Trefferquote (Hit@k)&lt;/span&gt; → wie oft das richtige Dokument unter den besten 5 war.&lt;/font&gt;&lt;/span&gt;&lt;/p&gt;&lt;/li&gt;&lt;li data-end=&quot;1170&quot; data-start=&quot;1132&quot;&gt;&lt;p data-end=&quot;1170&quot; data-start=&quot;1134&quot;&gt;&lt;span data-end=&quot;1168&quot; data-start=&quot;1134&quot; style=&quot;font-weight: normal;&quot;&gt;&lt;font style=&quot;font-size: 9px;&quot;&gt;Durchschnittliche Antwortzeit.&lt;/font&gt;&lt;/span&gt;&lt;/p&gt;&lt;/li&gt;&lt;li data-end=&quot;1170&quot; data-start=&quot;1132&quot;&gt;&lt;p data-end=&quot;1170&quot; data-start=&quot;1134&quot;&gt;&lt;span data-end=&quot;1168&quot; data-start=&quot;1134&quot; style=&quot;font-weight: normal;&quot;&gt;&lt;font style=&quot;font-size: 9px;&quot;&gt;Gesamtbewertung&lt;/font&gt;&lt;/span&gt;&lt;/p&gt;&lt;/li&gt;&lt;li data-end=&quot;1170&quot; data-start=&quot;1132&quot;&gt;&lt;p data-end=&quot;1170&quot; data-start=&quot;1134&quot;&gt;&lt;span data-end=&quot;1168&quot; data-start=&quot;1134&quot; style=&quot;font-weight: normal;&quot;&gt;&lt;font style=&quot;font-size: 9px;&quot;&gt;Alles als &lt;span style=&quot;&quot; data-end=&quot;1251&quot; data-start=&quot;1232&quot;&gt;CSV exportieren&lt;/span&gt;, um später zu vergleichen (vor/nach Update).&lt;/font&gt;&lt;/span&gt;&lt;/p&gt;&lt;/li&gt;&lt;/ul&gt;&lt;span style=&quot;background-color: transparent;&quot;&gt;&lt;/span&gt;&lt;/h3&gt;" style="shape=note;strokeWidth=2;fontSize=8;size=17;whiteSpace=wrap;html=1;fillColor=default;strokeColor=#000000;fontColor=default;align=left;labelBorderColor=none;textShadow=0;fontStyle=3" parent="1" vertex="1">
          <mxGeometry x="-834" y="502" width="438" height="110" as="geometry" />
        </mxCell>
        <mxCell id="-trhccjvyGt5RN7AMBMY-2" style="edgeStyle=orthogonalEdgeStyle;rounded=0;orthogonalLoop=1;jettySize=auto;html=1;entryX=0;entryY=0;entryDx=196;entryDy=0;entryPerimeter=0;" parent="1" source="hZYkuH4JRMosRdhFssDy-15" target="-trhccjvyGt5RN7AMBMY-1" edge="1">
          <mxGeometry relative="1" as="geometry" />
        </mxCell>
        <mxCell id="TpBP_-PsqADAI_yrqdME-1" value="" style="edgeStyle=orthogonalEdgeStyle;rounded=0;orthogonalLoop=1;jettySize=auto;html=1;labelBackgroundColor=none;strokeColor=#1609A8;fontColor=default;exitX=1;exitY=0.5;exitDx=0;exitDy=0;entryX=0;entryY=0.5;entryDx=0;entryDy=0;" parent="1" source="q2eki5oy2yksg2mBVm4o-9" target="TpBP_-PsqADAI_yrqdME-51" edge="1">
          <mxGeometry relative="1" as="geometry">
            <mxPoint x="594" y="450" as="sourcePoint" />
            <mxPoint x="572" y="360.5" as="targetPoint" />
          </mxGeometry>
        </mxCell>
        <mxCell id="TpBP_-PsqADAI_yrqdME-50" value="Metadaten in DB hinzufügen:" style="swimlane;fontStyle=1;childLayout=stackLayout;horizontal=1;startSize=20;horizontalStack=0;resizeParent=1;resizeParentMax=0;resizeLast=0;collapsible=1;marginBottom=0;align=center;fontSize=11;strokeWidth=2;swimlaneFillColor=default;" parent="1" vertex="1">
-           <mxGeometry x="585" y="263.25" width="198" height="144" as="geometry">
+           <mxGeometry x="551" y="329" width="333" height="81" as="geometry">
            <mxRectangle x="567" y="291" width="162" height="27" as="alternateBounds" />
          </mxGeometry>
        </mxCell>
-         <mxCell id="TpBP_-PsqADAI_yrqdME-51" value="&lt;ul&gt;&lt;li&gt;&lt;span style=&quot;font-style: italic;&quot;&gt;Chunk-ID&lt;/span&gt;&lt;/li&gt;&lt;li&gt;&lt;span style=&quot;font-style: italic;&quot;&gt;Dokument-ID&lt;/span&gt;&lt;/li&gt;&lt;li&gt;&lt;span style=&quot;&quot;&gt;Upload-Datum&lt;/span&gt;&lt;/li&gt;&lt;li&gt;Embedding &lt;/li&gt;&lt;li&gt;Text&amp;nbsp;&lt;/li&gt;&lt;li&gt;&lt;span style=&quot;&quot;&gt;Typ&lt;/span&gt;&lt;/li&gt;&lt;li&gt;&lt;span style=&quot;&quot;&gt;Dokumentname&lt;/span&gt;&lt;/li&gt;&lt;li&gt;&lt;span style=&quot;&quot;&gt;Jahr&lt;/span&gt;&lt;/li&gt;&lt;li&gt;&lt;span style=&quot;&quot;&gt;Anzahl der Seiten&lt;/span&gt;&lt;/li&gt;&lt;li&gt;&lt;span style=&quot;&quot;&gt;Seitenbereich&lt;/span&gt;&lt;/li&gt;&lt;/ul&gt;" style="text;strokeColor=none;fillColor=none;spacingLeft=4;spacingRight=4;overflow=hidden;rotatable=0;points=[[0,0.5],[1,0.5]];portConstraint=eastwest;fontSize=9;whiteSpace=wrap;html=1;strokeWidth=1;align=left;" parent="TpBP_-PsqADAI_yrqdME-50" vertex="1">
-           <mxGeometry y="20" width="198" height="124" as="geometry" />
+         <mxCell id="TpBP_-PsqADAI_yrqdME-51" value="&lt;ul&gt;&lt;li&gt;&lt;span style=&quot;font-style: italic;&quot;&gt;Chunk-ID&lt;/span&gt;&lt;/li&gt;&lt;li&gt;&lt;span style=&quot;font-style: italic;&quot;&gt;Dokument-ID&lt;/span&gt;&lt;/li&gt;&lt;li&gt;&lt;span style=&quot;background-color: transparent; color: light-dark(rgb(0, 0, 0), rgb(255, 255, 255));&quot;&gt;Embedding&lt;/span&gt;&lt;/li&gt;&lt;li&gt;Text&amp;nbsp;&lt;/li&gt;&lt;/ul&gt;" style="text;strokeColor=none;fillColor=none;spacingLeft=4;spacingRight=4;overflow=hidden;rotatable=0;points=[[0,0.5],[1,0.5]];portConstraint=eastwest;fontSize=9;whiteSpace=wrap;html=1;strokeWidth=1;align=left;" parent="TpBP_-PsqADAI_yrqdME-50" vertex="1">
+           <mxGeometry y="20" width="333" height="61" as="geometry" />
        </mxCell>
        <mxCell id="TpBP_-PsqADAI_yrqdME-54" value="" style="edgeStyle=orthogonalEdgeStyle;rounded=0;orthogonalLoop=1;jettySize=auto;html=1;labelBackgroundColor=none;strokeColor=#1609A8;fontColor=default;entryX=0;entryY=0.5;entryDx=0;entryDy=0;entryPerimeter=0;exitX=1;exitY=0.5;exitDx=0;exitDy=0;" parent="1" source="q2eki5oy2yksg2mBVm4o-20" target="TpBP_-PsqADAI_yrqdME-55" edge="1">
          <mxGeometry relative="1" as="geometry">
-             <mxPoint x="729" y="550" as="sourcePoint" />
-             <mxPoint x="761" y="538.25" as="targetPoint" />
+             <mxPoint x="729" y="521" as="sourcePoint" />
+             <mxPoint x="761" y="509.25" as="targetPoint" />
          </mxGeometry>
        </mxCell>
-         <mxCell id="TpBP_-PsqADAI_yrqdME-55" value="&lt;h3 data-start=&quot;1829&quot; data-end=&quot;1876&quot; style=&quot;color: rgb(0, 0, 0);&quot;&gt;&lt;ul&gt;&lt;li&gt;&lt;font size=&quot;1&quot;&gt;&lt;span style=&quot;font-weight: 400;&quot;&gt;Ranking (im Retriever)&lt;/span&gt;&lt;/font&gt;&lt;/li&gt;&lt;li&gt;&lt;font size=&quot;1&quot;&gt;&lt;span style=&quot;font-weight: 400;&quot;&gt;&amp;nbsp;Re-Ranking (mit OpenAI)&lt;/span&gt;&lt;/font&gt;&lt;/li&gt;&lt;/ul&gt;&lt;/h3&gt;" style="shape=note;strokeWidth=2;fontSize=9;size=11;whiteSpace=wrap;html=1;fillColor=default;strokeColor=#000000;fontColor=#666600;align=left;fontStyle=2" parent="1" vertex="1">
-           <mxGeometry x="556" y="581" width="290" height="31" as="geometry" />
-         </mxCell>
-         <mxCell id="TpBP_-PsqADAI_yrqdME-56" value="" style="edgeStyle=orthogonalEdgeStyle;rounded=0;orthogonalLoop=1;jettySize=auto;html=1;entryX=0;entryY=0.5;entryDx=0;entryDy=0;strokeColor=#3333FF;fontStyle=2;exitX=1;exitY=0.5;exitDx=0;exitDy=0;" parent="1" source="TpBP_-PsqADAI_yrqdME-51" target="TpBP_-PsqADAI_yrqdME-59" edge="1">
-           <mxGeometry relative="1" as="geometry">
-             <mxPoint x="801" y="320.91666666666674" as="sourcePoint" />
-             <mxPoint x="819.000000000005" y="344.7500000000001" as="targetPoint" />
-           </mxGeometry>
-         </mxCell>
-         <mxCell id="TpBP_-PsqADAI_yrqdME-59" value="&lt;h3 data-start=&quot;1829&quot; data-end=&quot;1876&quot; style=&quot;text-align: center;&quot;&gt;&lt;font style=&quot;font-size: 8px;&quot;&gt;Vorteile:&amp;nbsp;&lt;/font&gt;&lt;/h3&gt;&lt;div&gt;&lt;ul&gt;&lt;li&gt;&lt;span style=&quot;color: rgb(0, 0, 0);&quot;&gt;Schnellere Suche&lt;/span&gt;&lt;/li&gt;&lt;li&gt;Einfache Updates&lt;/li&gt;&lt;li&gt;Gezielte Filterung&lt;/li&gt;&lt;li&gt;Nachvollziehbarkeit von Dokumentänderungen&lt;/li&gt;&lt;/ul&gt;&lt;/div&gt;" style="ellipse;whiteSpace=wrap;html=1;fontSize=8;align=left;rounded=0;glass=0;shadow=0;labelBackgroundColor=#B0B0B0;labelBorderColor=none;fontStyle=2;strokeColor=none;fillColor=none;fontColor=#333333;gradientColor=none;" parent="1" vertex="1">
-           <mxGeometry x="828" y="295.25" width="216" height="99" as="geometry" />
-         </mxCell>
-         <mxCell id="TpBP_-PsqADAI_yrqdME-62" value="&lt;h3 data-start=&quot;1829&quot; data-end=&quot;1876&quot; style=&quot;text-align: center;&quot;&gt;&lt;span style=&quot;font-size: 8px;&quot;&gt;HyDE:&amp;nbsp;&lt;br&gt;&lt;/span&gt;&lt;span style=&quot;font-size: 8px; font-weight: normal; background-color: light-dark(rgb(176, 176, 176), rgb(86, 86, 86)); color: light-dark(rgb(51, 51, 51), rgb(193, 193, 193));&quot;&gt;Nützlich für Fachfragen, Allgemeine-und unvollständige Fragen.&lt;/span&gt;&lt;/h3&gt;" style="ellipse;whiteSpace=wrap;html=1;fontSize=8;align=left;rounded=0;glass=0;shadow=0;labelBackgroundColor=#B0B0B0;labelBorderColor=none;fontStyle=2;strokeColor=none;fillColor=none;fontColor=#333333;gradientColor=none;" parent="1" vertex="1">
-           <mxGeometry x="999" y="414" width="135" height="99" as="geometry" />
+         <mxCell id="TpBP_-PsqADAI_yrqdME-55" value="&lt;h3 data-start=&quot;1829&quot; data-end=&quot;1876&quot; style=&quot;color: rgb(0, 0, 0);&quot;&gt;&lt;ul&gt;&lt;li&gt;&lt;font size=&quot;1&quot;&gt;Ähnlichkeitssuche &lt;span style=&quot;font-weight: 400;&quot;&gt;(top-k)&lt;br&gt;+ benachbarte Chunks werden auch mit zurückgegeben.&lt;br&gt;(Mithilfe von der Chunk-ID.)&lt;/span&gt;&lt;/font&gt;&lt;/li&gt;&lt;/ul&gt;&lt;/h3&gt;" style="shape=note;strokeWidth=2;fontSize=9;size=11;whiteSpace=wrap;html=1;fillColor=default;strokeColor=#000000;fontColor=#666600;align=left;fontStyle=2" parent="1" vertex="1">
+           <mxGeometry x="549" y="520" width="333" height="54" as="geometry" />
        </mxCell>
        <mxCell id="TpBP_-PsqADAI_yrqdME-63" value="&lt;h3 data-start=&quot;1829&quot; data-end=&quot;1876&quot; style=&quot;text-align: center;&quot;&gt;&lt;font style=&quot;font-size: 8px;&quot;&gt;Zusammenfassung der Komponenten:&amp;nbsp; &amp;nbsp; &amp;nbsp; &amp;nbsp; &amp;nbsp; &amp;nbsp; &amp;nbsp; &amp;nbsp; &amp;nbsp; &amp;nbsp; &amp;nbsp; &amp;nbsp; &amp;nbsp; &amp;nbsp; &amp;nbsp; &amp;nbsp;&lt;/font&gt;&lt;/h3&gt;&lt;div&gt;&lt;ol&gt;&lt;li&gt;Langchain &lt;font style=&quot;font-size: 7px;&quot;&gt;(zum Aufbau und Zusammenspiel der RAG-Pipeline)&lt;/font&gt;&amp;nbsp; &amp;nbsp;&lt;/li&gt;&lt;li&gt;Ollama&lt;/li&gt;&lt;li&gt;ChromaDB&lt;/li&gt;&lt;li&gt;Streamlit&lt;/li&gt;&lt;li&gt;Python 3.11&lt;/li&gt;&lt;/ol&gt;&lt;/div&gt;" style="ellipse;whiteSpace=wrap;html=1;fontSize=8;align=left;rounded=0;glass=0;shadow=0;labelBackgroundColor=#B0B0B0;labelBorderColor=none;fontStyle=2;strokeColor=none;fillColor=none;fontColor=#333333;gradientColor=none;" parent="1" vertex="1">
-           <mxGeometry x="-35.75" y="639" width="252" height="95.75" as="geometry" />
+           <mxGeometry x="-35.75" y="601" width="252" height="95.75" as="geometry" />
        </mxCell>
        <mxCell id="TpBP_-PsqADAI_yrqdME-66" value="" style="edgeStyle=orthogonalEdgeStyle;rounded=0;orthogonalLoop=1;jettySize=auto;html=1;labelBackgroundColor=none;strokeColor=#1609A8;fontColor=default;entryX=0;entryY=0.5;entryDx=0;entryDy=0;entryPerimeter=0;exitX=1;exitY=0.5;exitDx=0;exitDy=0;" parent="1" source="5l1JbVXUR7cvx2ajmZ66-1" target="TpBP_-PsqADAI_yrqdME-67" edge="1">
          <mxGeometry relative="1" as="geometry">
            <mxPoint x="569.5" y="176.75" as="targetPoint" />
            <mxPoint x="539" y="168" as="sourcePoint" />
          </mxGeometry>
        </mxCell>
-         <mxCell id="TpBP_-PsqADAI_yrqdME-67" value="&lt;span style=&quot;color: rgb(0, 0, 0);&quot;&gt;&lt;font style=&quot;font-size: 9px;&quot;&gt;&lt;b&gt;Quellformaten:&lt;/b&gt; pdf, html, docx, xlsx&amp;nbsp;&lt;/font&gt;&lt;/span&gt;" style="shape=note;strokeWidth=2;fontSize=10;size=12;whiteSpace=wrap;html=1;fillColor=default;strokeColor=light-dark(#000000, #6d5100);fontColor=#666600;align=left;fontStyle=2" parent="1" vertex="1">
-           <mxGeometry x="553" y="145" width="292" height="27" as="geometry" />
+         <mxCell id="TpBP_-PsqADAI_yrqdME-67" value="&lt;span style=&quot;color: rgb(0, 0, 0);&quot;&gt;&lt;font style=&quot;font-size: 9px;&quot;&gt;&lt;b&gt;Kann verschiedene Quellformaten indexieren:&lt;/b&gt; pdf, html, docx, xlsx&amp;nbsp;&lt;/font&gt;&lt;/span&gt;" style="shape=note;strokeWidth=2;fontSize=10;size=12;whiteSpace=wrap;html=1;fillColor=default;strokeColor=light-dark(#000000, #6d5100);fontColor=#666600;align=left;fontStyle=2" parent="1" vertex="1">
+           <mxGeometry x="553" y="145" width="329" height="27" as="geometry" />
        </mxCell>
-         <mxCell id="SqEsNGdhiXU5pjJ0jQ02-1" value="&lt;h3 data-start=&quot;1829&quot; data-end=&quot;1876&quot; style=&quot;text-align: center;&quot;&gt;&lt;span style=&quot;font-size: 8px; font-weight: normal;&quot;&gt;Teste gerninere Token bis 300 (&lt;/span&gt;&lt;span style=&quot;font-size: 8px;&quot;&gt;nach dem Finetuning, könnte sich die Qualität ändern&lt;/span&gt;&lt;span style=&quot;font-size: 8px; font-weight: normal;&quot;&gt;)&lt;/span&gt;&lt;/h3&gt;&lt;h3 data-start=&quot;1829&quot; data-end=&quot;1876&quot; style=&quot;text-align: center;&quot;&gt;&lt;span style=&quot;font-size: 8px; font-weight: normal;&quot;&gt;Bei einem Overlap zwischen 10 % und 20 % bleiben.&lt;/span&gt;&lt;/h3&gt;" style="ellipse;whiteSpace=wrap;html=1;fontSize=8;align=left;rounded=0;glass=0;shadow=0;labelBackgroundColor=#B0B0B0;labelBorderColor=none;fontStyle=2;strokeColor=none;fillColor=none;fontColor=#333333;gradientColor=none;" parent="1" vertex="1">
-           <mxGeometry x="882" y="188" width="216" height="99" as="geometry" />
+         <mxCell id="ojAF9OAQHbiHy8uxPhVL-1" value="" style="edgeStyle=orthogonalEdgeStyle;rounded=0;orthogonalLoop=1;jettySize=auto;html=1;labelBackgroundColor=none;strokeColor=#1609A8;fontColor=default;entryX=0;entryY=0.5;entryDx=0;entryDy=0;entryPerimeter=0;exitX=1;exitY=0.5;exitDx=0;exitDy=0;" parent="1" source="q2eki5oy2yksg2mBVm4o-26" target="ojAF9OAQHbiHy8uxPhVL-2" edge="1">
+           <mxGeometry relative="1" as="geometry">
+             <mxPoint x="634" y="633.75" as="targetPoint" />
+             <mxPoint x="603" y="625.25" as="sourcePoint" />
+           </mxGeometry>
        </mxCell>
-         <mxCell id="SqEsNGdhiXU5pjJ0jQ02-2" value="" style="edgeStyle=orthogonalEdgeStyle;rounded=0;orthogonalLoop=1;jettySize=auto;html=1;entryX=0;entryY=0.5;entryDx=0;entryDy=0;strokeColor=#3333FF;fontStyle=2;exitX=0;exitY=0;exitDx=292;exitDy=19.5;exitPerimeter=0;" parent="1" source="hZYkuH4JRMosRdhFssDy-4" target="SqEsNGdhiXU5pjJ0jQ02-1" edge="1">
-           <mxGeometry relative="1" as="geometry">
-             <mxPoint x="801" y="342" as="sourcePoint" />
-             <mxPoint x="846" y="342" as="targetPoint" />
-           </mxGeometry>
+         <mxCell id="ojAF9OAQHbiHy8uxPhVL-2" value="&lt;span style=&quot;color: rgb(0, 0, 0);&quot;&gt;&lt;font style=&quot;font-size: 9px;&quot;&gt;Cloud-Modell:&amp;nbsp;gpt-oss:120b-cloud&lt;/font&gt;&lt;/span&gt;" style="shape=note;strokeWidth=2;fontSize=10;size=12;whiteSpace=wrap;html=1;fillColor=default;strokeColor=light-dark(#000000, #6d5100);fontColor=#666600;align=left;fontStyle=2" parent="1" vertex="1">
+           <mxGeometry x="549" y="600.75" width="328" height="27" as="geometry" />
        </mxCell>
      </root>
    </mxGraphModel>
  </diagram>
</mxfile>
